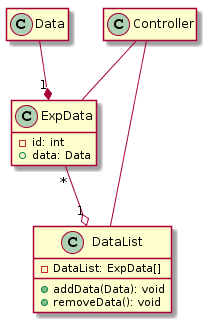
Earlier version of the PlantUML export fig/classDiagram_Data-Controller.png (wandel812/crs2semMag).
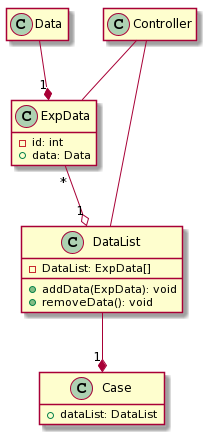
Above is the later version.

What changed in the source:
```diff
@@ -10,17 +10,24 @@
 
 class DataList {
   -DataList: ExpData[]
-  +addData(Data): void
+  +addData(ExpData): void
   +removeData(): void
 }
 
 class Controller {}
 hide Controller members
 
+class Case {
+  +dataList: DataList
+}
+hide Case method
+
 
 Controller -- ExpData
 Controller -- DataList
 
+
 ExpData "*" --o "1" DataList
+DataList --* "1" Case
 Data --* "1"  ExpData
 @enduml
```
